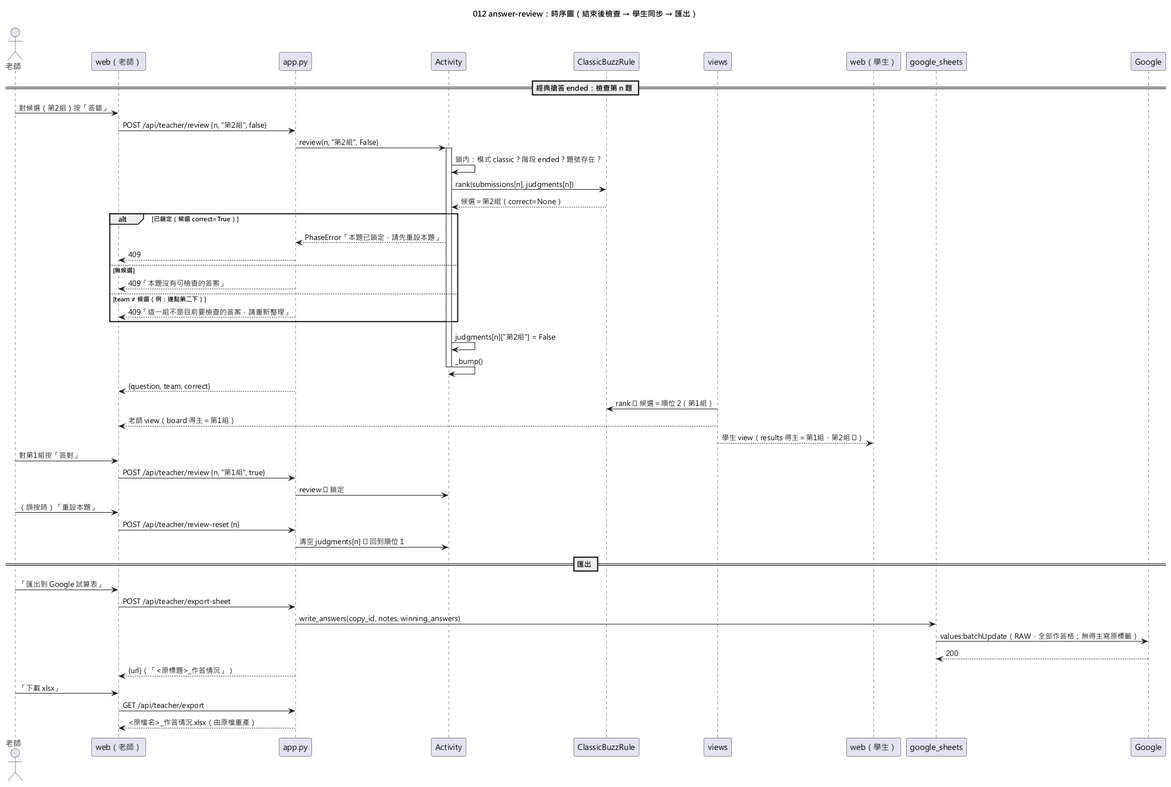
yue083139/software_fin-speckit keeps this PlantUML diagram as diagrams/012-answer-review-sequence.png. Above is the earlier version.
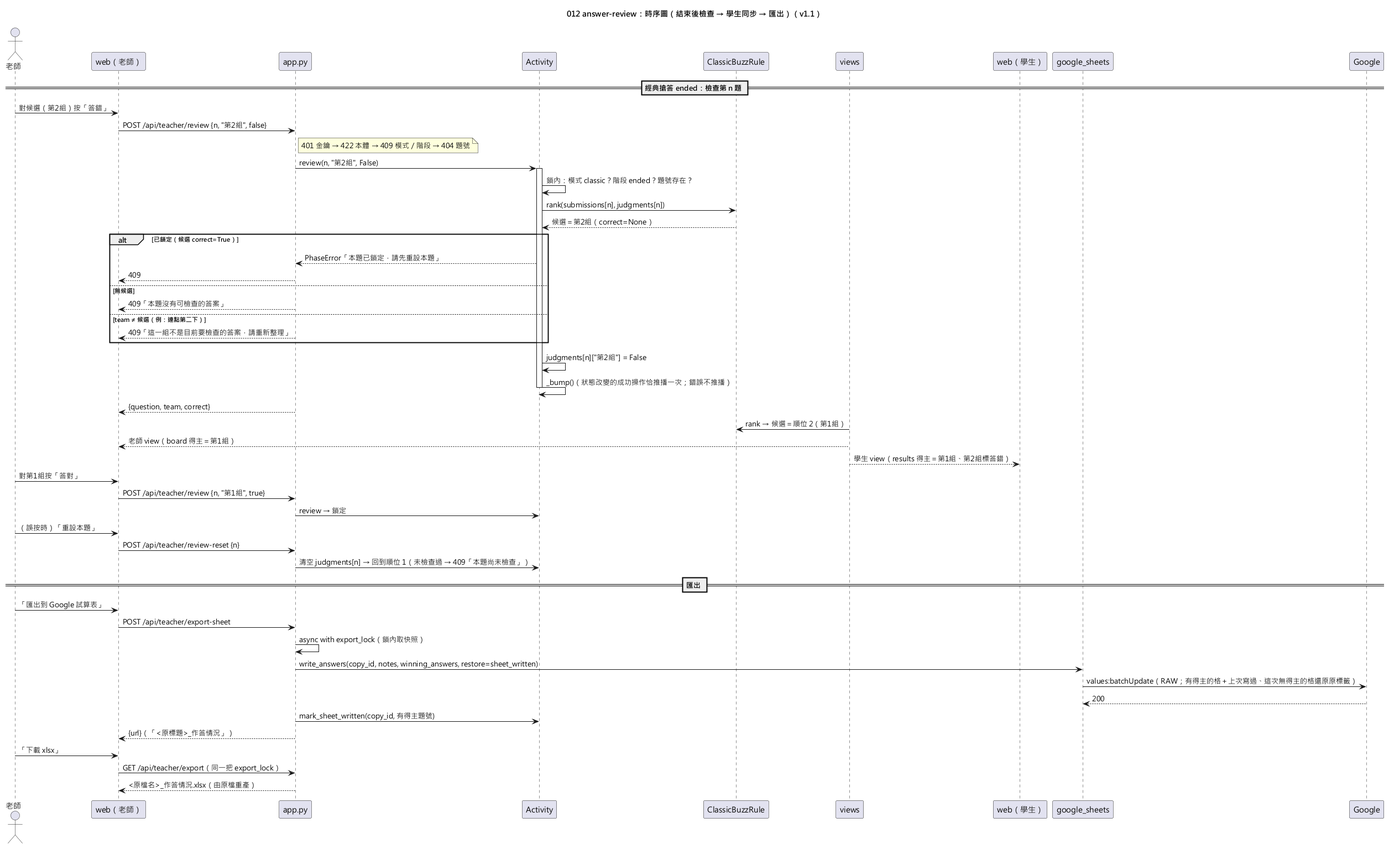
Above is the later version.

Change to the diagram source:
```diff
@@ -1,6 +1,6 @@
 @startuml 012-answer-review-sequence
 skinparamlocked defaultFontName Microsoft JhengHei
-title 012 answer-review：時序圖（結束後檢查 → 學生同步 → 匯出）
+title 012 answer-review：時序圖（結束後檢查 → 學生同步 → 匯出）（v1.1）
 
 actor "老師" as T
 participant "web（老師）" as W
@@ -15,6 +15,7 @@
 == 經典搶答 ended：檢查第 n 題 ==
 T -> W : 對候選（第2組）按「答錯」
 W -> App : POST /api/teacher/review {n, "第2組", false}
+note right of App : 401 金鑰 → 422 本體 → 409 模式／階段 → 404 題號
 App -> Act : review(n, "第2組", False)
 activate Act
 Act -> Act : 鎖內：模式 classic？階段 ended？題號存在？
@@ -29,27 +30,29 @@
   App --> W : 409「這一組不是目前要檢查的答案，請重新整理」
 end
 Act -> Act : judgments[n]["第2組"] = False
-Act -> Act : _bump()
+Act -> Act : _bump()（狀態改變的成功操作恰推播一次；錯誤不推播）
 deactivate Act
 App --> W : {question, team, correct}
-V -> Rule : rank ⇒ 候選＝順位 2（第1組）
+V -> Rule : rank → 候選＝順位 2（第1組）
 V --> W : 老師 view（board 得主＝第1組）
-V --> S : 學生 view（results 得主＝第1組、第2組 ✗）
+V --> S : 學生 view（results 得主＝第1組、第2組標答錯）
 T -> W : 對第1組按「答對」
 W -> App : POST /api/teacher/review {n, "第1組", true}
-App -> Act : review ⇒ 鎖定
+App -> Act : review → 鎖定
 T -> W : （誤按時）「重設本題」
 W -> App : POST /api/teacher/review-reset {n}
-App -> Act : 清空 judgments[n] ⇒ 回到順位 1
+App -> Act : 清空 judgments[n] → 回到順位 1（未檢查過 → 409「本題尚未檢查」）
 
 == 匯出 ==
 T -> W : 「匯出到 Google 試算表」
 W -> App : POST /api/teacher/export-sheet
-App -> GS : write_answers(copy_id, notes, winning_answers)
-GS -> G : values:batchUpdate（RAW，全部作答格；無得主寫原標籤）
+App -> App : async with export_lock（鎖內取快照）
+App -> GS : write_answers(copy_id, notes, winning_answers, restore=sheet_written)
+GS -> G : values:batchUpdate（RAW；有得主的格＋上次寫過、這次無得主的格還原原標籤）
 G --> GS : 200
+App -> Act : mark_sheet_written(copy_id, 有得主題號)
 App --> W : {url}（「<原標題>_作答情況」）
 T -> W : 「下載 xlsx」
-W -> App : GET /api/teacher/export
+W -> App : GET /api/teacher/export（同一把 export_lock）
 App --> W : <原檔名>_作答情況.xlsx（由原檔重產）
 @enduml
```
